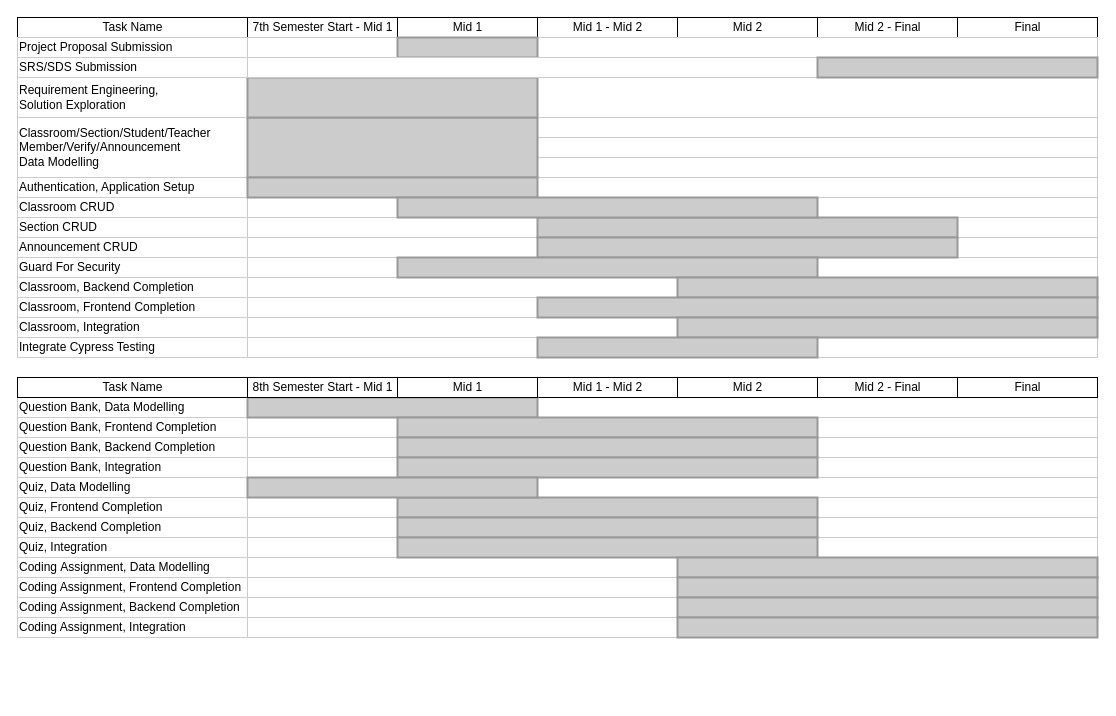
The draw.io diagram FYP Progress Report, Complete Timeline.drawio in Rubix982/DrawIODiagrams, before the edit. Source tidied: cells renumbered, new cells numbered last; positions are measured from the earlier drawing's top-left corner, leaving out a move shared by most shapes. Both pictures are drawn from the tidied source at 100%, with x=0, y=0 at pixel (17, 17).
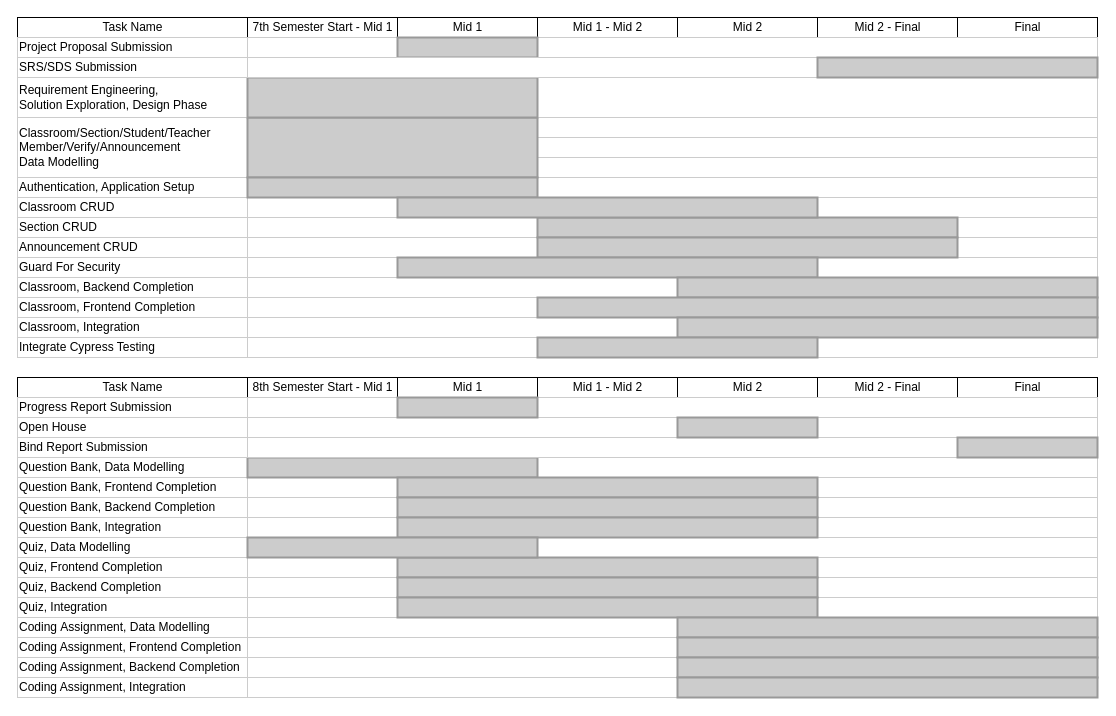
The same diagram, later.

Diff of the diagram source:
```diff
@@
     <mxCell id="2" value="Question Bank, Data Modelling" style="align=left;strokeColor=#CCCCCC;html=1;" parent="1" vertex="1">
-      <mxGeometry y="380" width="230" height="20" as="geometry" />
+      <mxGeometry y="440" width="230" height="20" as="geometry" />
     </mxCell>
     <mxCell id="3" value="Question Bank, Frontend Completion" style="align=left;strokeColor=#CCCCCC;html=1;" parent="1" vertex="1">
-      <mxGeometry y="400" width="230" height="20" as="geometry" />
+      <mxGeometry y="460" width="230" height="20" as="geometry" />
     </mxCell>
     <mxCell id="4" value="Question Bank, Backend Completion" style="align=left;strokeColor=#CCCCCC;html=1;" parent="1" vertex="1">
-      <mxGeometry y="420" width="230" height="20" as="geometry" />
+      <mxGeometry y="480" width="230" height="20" as="geometry" />
     </mxCell>
     <mxCell id="5" value="Question Bank, Integration" style="align=left;strokeColor=#CCCCCC;html=1;" parent="1" vertex="1">
-      <mxGeometry y="440" width="230" height="20" as="geometry" />
+      <mxGeometry y="500" width="230" height="20" as="geometry" />
     </mxCell>
     <mxCell id="6" value="Quiz, Frontend Completion" style="align=left;strokeColor=#CCCCCC;html=1;" parent="1" vertex="1">
-      <mxGeometry y="480" width="230" height="20" as="geometry" />
+      <mxGeometry y="540" width="230" height="20" as="geometry" />
     </mxCell>
     <mxCell id="7" value="Quiz, Backend Completion" style="align=left;strokeColor=#CCCCCC;html=1;" parent="1" vertex="1">
-      <mxGeometry y="500" width="230" height="20" as="geometry" />
+      <mxGeometry y="560" width="230" height="20" as="geometry" />
     </mxCell>
@@
     <mxCell id="9" value="Quiz, Integration" style="align=left;strokeColor=#CCCCCC;html=1;" parent="1" vertex="1">
-      <mxGeometry y="520" width="230" height="20" as="geometry" />
+      <mxGeometry y="580" width="230" height="20" as="geometry" />
     </mxCell>
     <mxCell id="10" value="Quiz, Data Modelling" style="align=left;strokeColor=#CCCCCC;html=1;" parent="1" vertex="1">
-      <mxGeometry y="460" width="230" height="20" as="geometry" />
+      <mxGeometry y="520" width="230" height="20" as="geometry" />
     </mxCell>
     <mxCell id="11" style="align=left;strokeColor=#CCCCCC;html=1;" parent="1" vertex="1">
-      <mxGeometry x="230" y="380" width="850" height="20" as="geometry" />
+      <mxGeometry x="230" y="440" width="850" height="20" as="geometry" />
     </mxCell>
@@
     <mxCell id="16" style="align=left;strokeColor=#CCCCCC;html=1;" parent="1" vertex="1">
-      <mxGeometry x="230" y="400" width="850" height="20" as="geometry" />
+      <mxGeometry x="230" y="460" width="850" height="20" as="geometry" />
     </mxCell>
     <mxCell id="17" style="align=left;strokeColor=#CCCCCC;html=1;" parent="1" vertex="1">
-      <mxGeometry x="230" y="420" width="850" height="20" as="geometry" />
+      <mxGeometry x="230" y="480" width="850" height="20" as="geometry" />
     </mxCell>
     <mxCell id="18" style="align=left;strokeColor=#CCCCCC;html=1;" parent="1" vertex="1">
-      <mxGeometry x="230" y="440" width="850" height="20" as="geometry" />
+      <mxGeometry x="230" y="500" width="850" height="20" as="geometry" />
     </mxCell>
     <mxCell id="19" style="align=left;strokeColor=#CCCCCC;html=1;" parent="1" vertex="1">
-      <mxGeometry x="230" y="480" width="850" height="20" as="geometry" />
+      <mxGeometry x="230" y="540" width="850" height="20" as="geometry" />
     </mxCell>
     <mxCell id="20" style="align=left;strokeColor=#CCCCCC;html=1;" parent="1" vertex="1">
-      <mxGeometry x="230" y="500" width="850" height="20" as="geometry" />
+      <mxGeometry x="230" y="560" width="850" height="20" as="geometry" />
     </mxCell>
     <mxCell id="21" style="align=left;strokeColor=#CCCCCC;html=1;" parent="1" vertex="1">
-      <mxGeometry x="230" y="520" width="850" height="20" as="geometry" />
+      <mxGeometry x="230" y="580" width="850" height="20" as="geometry" />
     </mxCell>
     <mxCell id="22" style="align=left;strokeColor=#CCCCCC;html=1;" parent="1" vertex="1">
-      <mxGeometry x="230" y="460" width="850" height="20" as="geometry" />
+      <mxGeometry x="230" y="520" width="850" height="20" as="geometry" />
     </mxCell>
     <mxCell id="23" style="whiteSpace=wrap;html=1;strokeWidth=2;fillColor=#CCCCCC;gradientColor=none;fontSize=14;align=center;strokeColor=#999999;" parent="1" vertex="1">
-      <mxGeometry x="230" y="380" width="290" height="20" as="geometry" />
+      <mxGeometry x="230" y="440" width="290" height="20" as="geometry" />
     </mxCell>
     <mxCell id="24" style="whiteSpace=wrap;html=1;strokeWidth=2;fillColor=#CCCCCC;gradientColor=none;fontSize=14;align=center;strokeColor=#999999;" parent="1" vertex="1">
-      <mxGeometry x="380" y="400" width="420" height="20" as="geometry" />
+      <mxGeometry x="380" y="460" width="420" height="20" as="geometry" />
     </mxCell>
     <mxCell id="25" style="whiteSpace=wrap;html=1;strokeWidth=2;fillColor=#CCCCCC;gradientColor=none;fontSize=14;align=center;strokeColor=#999999;" parent="1" vertex="1">
-      <mxGeometry x="380" y="420" width="420" height="20" as="geometry" />
+      <mxGeometry x="380" y="480" width="420" height="20" as="geometry" />
     </mxCell>
     <mxCell id="26" style="whiteSpace=wrap;html=1;strokeWidth=2;fillColor=#CCCCCC;gradientColor=none;fontSize=14;align=center;strokeColor=#999999;" parent="1" vertex="1">
-      <mxGeometry x="380" y="440" width="420" height="20" as="geometry" />
+      <mxGeometry x="380" y="500" width="420" height="20" as="geometry" />
     </mxCell>
     <mxCell id="27" style="whiteSpace=wrap;html=1;strokeWidth=2;fillColor=#CCCCCC;gradientColor=none;fontSize=14;align=center;strokeColor=#999999;" parent="1" vertex="1">
-      <mxGeometry x="380" y="480" width="420" height="20" as="geometry" />
+      <mxGeometry x="380" y="540" width="420" height="20" as="geometry" />
     </mxCell>
     <mxCell id="28" style="whiteSpace=wrap;html=1;strokeWidth=2;fillColor=#CCCCCC;gradientColor=none;fontSize=14;align=center;strokeColor=#999999;" parent="1" vertex="1">
-      <mxGeometry x="380" y="500" width="420" height="20" as="geometry" />
+      <mxGeometry x="380" y="560" width="420" height="20" as="geometry" />
     </mxCell>
@@
     <mxCell id="30" value="Coding&amp;nbsp;Assignment, Data Modelling" style="align=left;strokeColor=#CCCCCC;html=1;" parent="1" vertex="1">
-      <mxGeometry y="540" width="230" height="20" as="geometry" />
+      <mxGeometry y="600" width="230" height="20" as="geometry" />
     </mxCell>
     <mxCell id="31" style="align=left;strokeColor=#CCCCCC;html=1;" parent="1" vertex="1">
-      <mxGeometry x="230" y="540" width="850" height="20" as="geometry" />
+      <mxGeometry x="230" y="600" width="850" height="20" as="geometry" />
     </mxCell>
     <mxCell id="32" value="Coding Assignment, Frontend Completion" style="align=left;strokeColor=#CCCCCC;html=1;" parent="1" vertex="1">
-      <mxGeometry y="560" width="230" height="20" as="geometry" />
+      <mxGeometry y="620" width="230" height="20" as="geometry" />
     </mxCell>
     <mxCell id="33" style="align=left;strokeColor=#CCCCCC;html=1;" parent="1" vertex="1">
-      <mxGeometry x="230" y="560" width="850" height="20" as="geometry" />
+      <mxGeometry x="230" y="620" width="850" height="20" as="geometry" />
     </mxCell>
     <mxCell id="34" value="Coding Assignment, Backend Completion" style="align=left;strokeColor=#CCCCCC;html=1;" parent="1" vertex="1">
-      <mxGeometry y="580" width="230" height="20" as="geometry" />
+      <mxGeometry y="640" width="230" height="20" as="geometry" />
     </mxCell>
     <mxCell id="35" style="align=left;strokeColor=#CCCCCC;html=1;" parent="1" vertex="1">
-      <mxGeometry x="230" y="580" width="850" height="20" as="geometry" />
+      <mxGeometry x="230" y="640" width="850" height="20" as="geometry" />
     </mxCell>
     <mxCell id="36" value="Coding Assignment, Integration" style="align=left;strokeColor=#CCCCCC;html=1;" parent="1" vertex="1">
-      <mxGeometry y="600" width="230" height="20" as="geometry" />
+      <mxGeometry y="660" width="230" height="20" as="geometry" />
     </mxCell>
     <mxCell id="37" style="align=left;strokeColor=#CCCCCC;html=1;" parent="1" vertex="1">
-      <mxGeometry x="230" y="600" width="850" height="20" as="geometry" />
+      <mxGeometry x="230" y="660" width="850" height="20" as="geometry" />
     </mxCell>
@@
     <mxCell id="39" style="whiteSpace=wrap;html=1;strokeWidth=2;fillColor=#CCCCCC;gradientColor=none;fontSize=14;align=center;strokeColor=#999999;" parent="1" vertex="1">
-      <mxGeometry x="230" y="460" width="290" height="20" as="geometry" />
+      <mxGeometry x="230" y="520" width="290" height="20" as="geometry" />
     </mxCell>
     <mxCell id="40" style="whiteSpace=wrap;html=1;strokeWidth=2;fillColor=#CCCCCC;gradientColor=none;fontSize=14;align=center;strokeColor=#999999;" parent="1" vertex="1">
-      <mxGeometry x="380" y="520" width="420" height="20" as="geometry" />
+      <mxGeometry x="380" y="580" width="420" height="20" as="geometry" />
     </mxCell>
     <mxCell id="41" style="whiteSpace=wrap;html=1;strokeWidth=2;fillColor=#CCCCCC;gradientColor=none;fontSize=14;align=center;strokeColor=#999999;" parent="1" vertex="1">
-      <mxGeometry x="660" y="540" width="420" height="20" as="geometry" />
+      <mxGeometry x="660" y="600" width="420" height="20" as="geometry" />
     </mxCell>
     <mxCell id="42" style="whiteSpace=wrap;html=1;strokeWidth=2;fillColor=#CCCCCC;gradientColor=none;fontSize=14;align=center;strokeColor=#999999;" parent="1" vertex="1">
-      <mxGeometry x="660" y="560" width="420" height="20" as="geometry" />
+      <mxGeometry x="660" y="620" width="420" height="20" as="geometry" />
     </mxCell>
     <mxCell id="43" style="whiteSpace=wrap;html=1;strokeWidth=2;fillColor=#CCCCCC;gradientColor=none;fontSize=14;align=center;strokeColor=#999999;" parent="1" vertex="1">
-      <mxGeometry x="660" y="580" width="420" height="20" as="geometry" />
+      <mxGeometry x="660" y="640" width="420" height="20" as="geometry" />
     </mxCell>
     <mxCell id="44" style="whiteSpace=wrap;html=1;strokeWidth=2;fillColor=#CCCCCC;gradientColor=none;fontSize=14;align=center;strokeColor=#999999;" parent="1" vertex="1">
-      <mxGeometry x="660" y="600" width="420" height="20" as="geometry" />
+      <mxGeometry x="660" y="660" width="420" height="20" as="geometry" />
     </mxCell>
@@
-    <mxCell id="84" value="Requirement Engineering,&lt;br&gt;Solution Exploration" style="align=left;strokeColor=#CCCCCC;html=1;" parent="1" vertex="1">
+    <mxCell id="84" value="Requirement Engineering,&lt;br&gt;Solution Exploration, Design Phase" style="align=left;strokeColor=#CCCCCC;html=1;" parent="1" vertex="1">
       <mxGeometry y="60" width="230" height="40" as="geometry" />
     </mxCell>
@@
+    <mxCell id="93" value="Progress Report Submission" style="align=left;strokeColor=#CCCCCC;html=1;" parent="1" vertex="1">
+      <mxGeometry y="380" width="230" height="20" as="geometry" />
+    </mxCell>
+    <mxCell id="94" value="Open House" style="align=left;strokeColor=#CCCCCC;html=1;" parent="1" vertex="1">
+      <mxGeometry y="400" width="230" height="20" as="geometry" />
+    </mxCell>
+    <mxCell id="95" value="Bind Report Submission" style="align=left;strokeColor=#CCCCCC;html=1;" parent="1" vertex="1">
+      <mxGeometry y="420" width="230" height="20" as="geometry" />
+    </mxCell>
+    <mxCell id="96" style="align=left;strokeColor=#CCCCCC;html=1;" parent="1" vertex="1">
+      <mxGeometry x="230" y="380" width="850" height="20" as="geometry" />
+    </mxCell>
+    <mxCell id="97" style="align=left;strokeColor=#CCCCCC;html=1;" parent="1" vertex="1">
+      <mxGeometry x="230" y="400" width="850" height="20" as="geometry" />
+    </mxCell>
+    <mxCell id="98" style="align=left;strokeColor=#CCCCCC;html=1;" parent="1" vertex="1">
+      <mxGeometry x="230" y="420" width="850" height="20" as="geometry" />
+    </mxCell>
+    <mxCell id="99" style="whiteSpace=wrap;html=1;strokeWidth=2;fillColor=#CCCCCC;gradientColor=none;fontSize=14;align=center;strokeColor=#999999;" parent="1" vertex="1">
+      <mxGeometry x="380" y="380" width="140" height="20" as="geometry" />
+    </mxCell>
+    <mxCell id="100" style="whiteSpace=wrap;html=1;strokeWidth=2;fillColor=#CCCCCC;gradientColor=none;fontSize=14;align=center;strokeColor=#999999;" parent="1" vertex="1">
+      <mxGeometry x="660" y="400" width="140" height="20" as="geometry" />
+    </mxCell>
+    <mxCell id="101" style="whiteSpace=wrap;html=1;strokeWidth=2;fillColor=#CCCCCC;gradientColor=none;fontSize=14;align=center;strokeColor=#999999;" parent="1" vertex="1">
+      <mxGeometry x="940" y="420" width="140" height="20" as="geometry" />
+    </mxCell>
```
